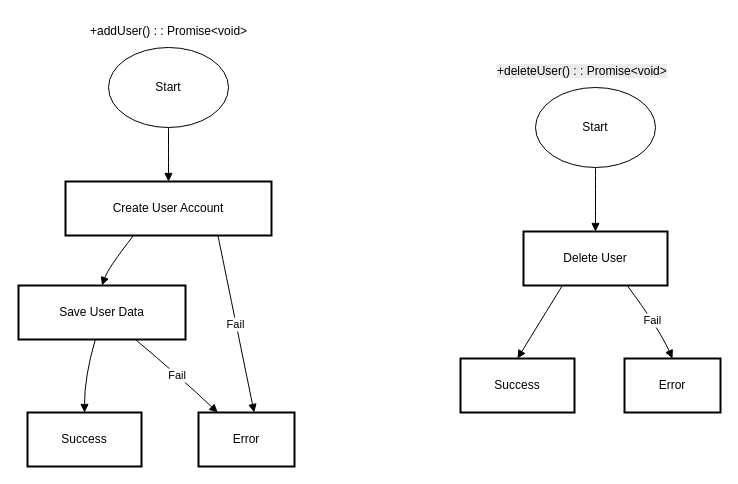
Above: page "Flowchart" (2 of 3) of Design/Software_Design/Admin_softwareDesign.drawio in Mohamed-Mohsen98/Travel-Advisor-Web-Application (draw.io), before the change. Source tidied: cells renumbered, new cells numbered last; positions are measured from the earlier drawing's top-left corner, leaving out a move shared by most shapes. Both pictures are drawn from the tidied source at 100%, with x=0, y=0 at pixel (18, 17).
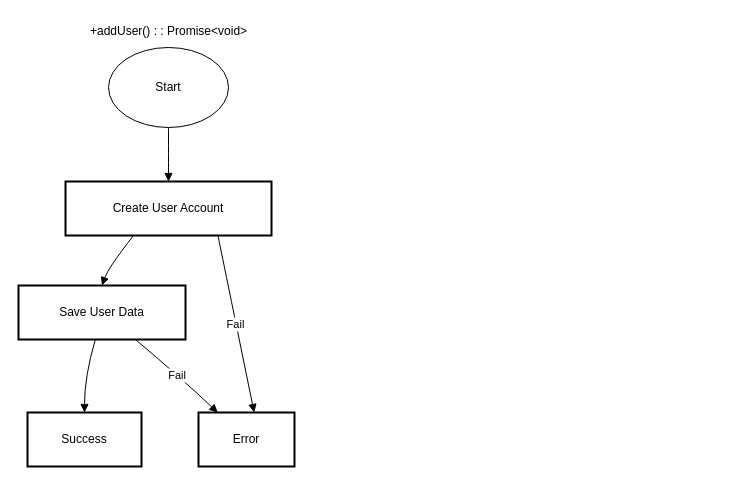
After the change.

Change to the diagram source:
```diff
@@
-    <mxCell id="11" value="Delete User" style="whiteSpace=wrap;strokeWidth=2;" parent="1" vertex="1">
-      <mxGeometry x="505" y="214" width="144" height="54" as="geometry" />
-    </mxCell>
-    <mxCell id="12" value="Success" style="whiteSpace=wrap;strokeWidth=2;" parent="1" vertex="1">
-      <mxGeometry x="442" y="341" width="114" height="54" as="geometry" />
-    </mxCell>
-    <mxCell id="13" value="Error" style="whiteSpace=wrap;strokeWidth=2;" parent="1" vertex="1">
-      <mxGeometry x="606" y="341" width="96" height="54" as="geometry" />
-    </mxCell>
-    <mxCell id="14" style="curved=1;startArrow=none;endArrow=block;exitX=0.5;exitY=1;entryX=0.5;entryY=0;exitDx=0;exitDy=0;" parent="1" edge="1" source="18" target="11">
-      <mxGeometry relative="1" as="geometry" />
-    </mxCell>
-    <mxCell id="15" style="curved=1;startArrow=none;endArrow=block;exitX=0.27;exitY=1;entryX=0.5;entryY=0;" parent="1" edge="1" source="11" target="12">
-      <mxGeometry relative="1" as="geometry" />
-    </mxCell>
-    <mxCell id="16" value="Fail" style="curved=1;startArrow=none;endArrow=block;exitX=0.72;exitY=1;entryX=0.5;entryY=0;" parent="1" edge="1" source="11" target="13">
-      <mxGeometry relative="1" as="geometry">
-        <Array as="points">
-          <mxPoint x="640" y="310" />
-        </Array>
-      </mxGeometry>
-    </mxCell>
@@
-    <mxCell id="18" value="Start" style="ellipse;whiteSpace=wrap;html=1;" parent="1" vertex="1">
-      <mxGeometry x="517" y="70" width="120" height="80" as="geometry" />
-    </mxCell>
@@
-    <mxCell id="20" value="&lt;span style=&quot;color: rgb(0, 0, 0); font-family: Helvetica; font-size: 12px; font-style: normal; font-variant-ligatures: normal; font-variant-caps: normal; font-weight: 400; letter-spacing: normal; orphans: 2; text-align: left; text-indent: 0px; text-transform: none; widows: 2; word-spacing: 0px; -webkit-text-stroke-width: 0px; white-space: nowrap; background-color: rgb(236, 236, 236); text-decoration-thickness: initial; text-decoration-style: initial; text-decoration-color: initial; display: inline !important; float: none;&quot;&gt;+deleteUser() : : Promise&amp;lt;void&amp;gt;&lt;/span&gt;" style="text;whiteSpace=wrap;html=1;" parent="1" vertex="1">
-      <mxGeometry x="477" y="40" width="200" height="40" as="geometry" />
-    </mxCell>
```
